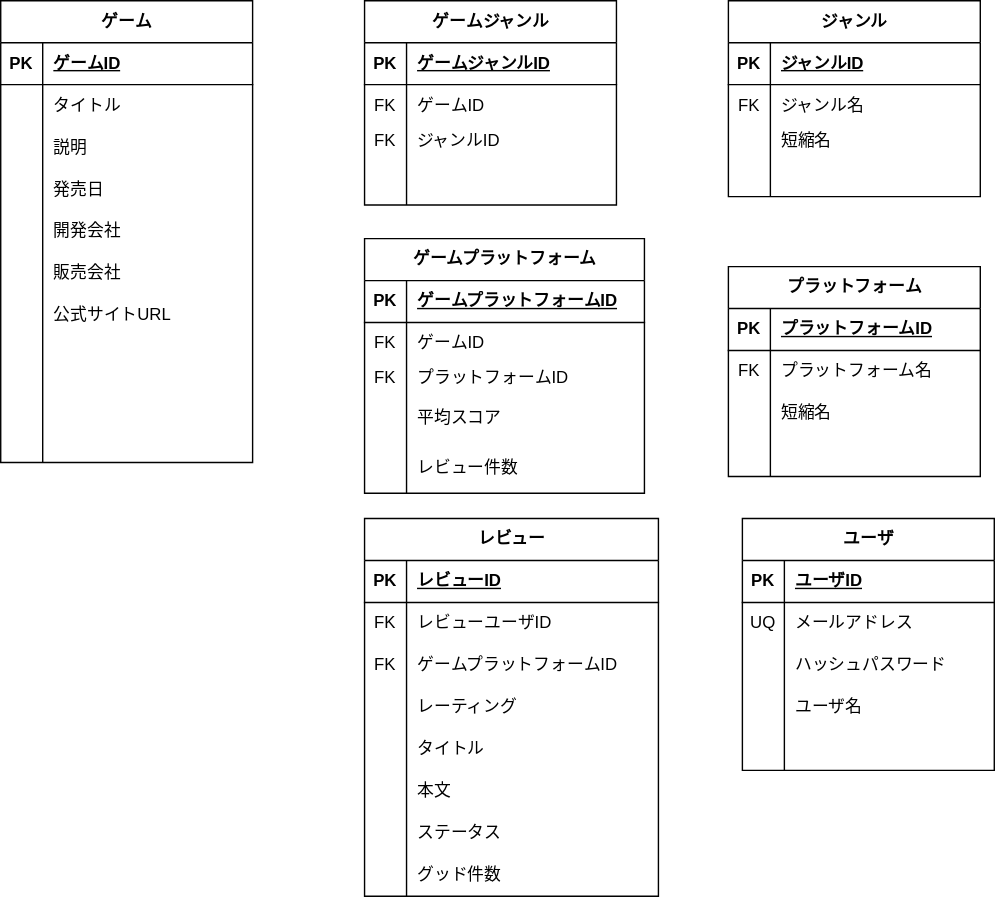
kissy1221/gamemo keeps this draw.io diagram as doc/ER.drawio.svg. Above is the earlier version. Source tidied: cells renumbered, new cells last; positions are measured from the earlier drawing's top-left corner, leaving out a move shared by most shapes.
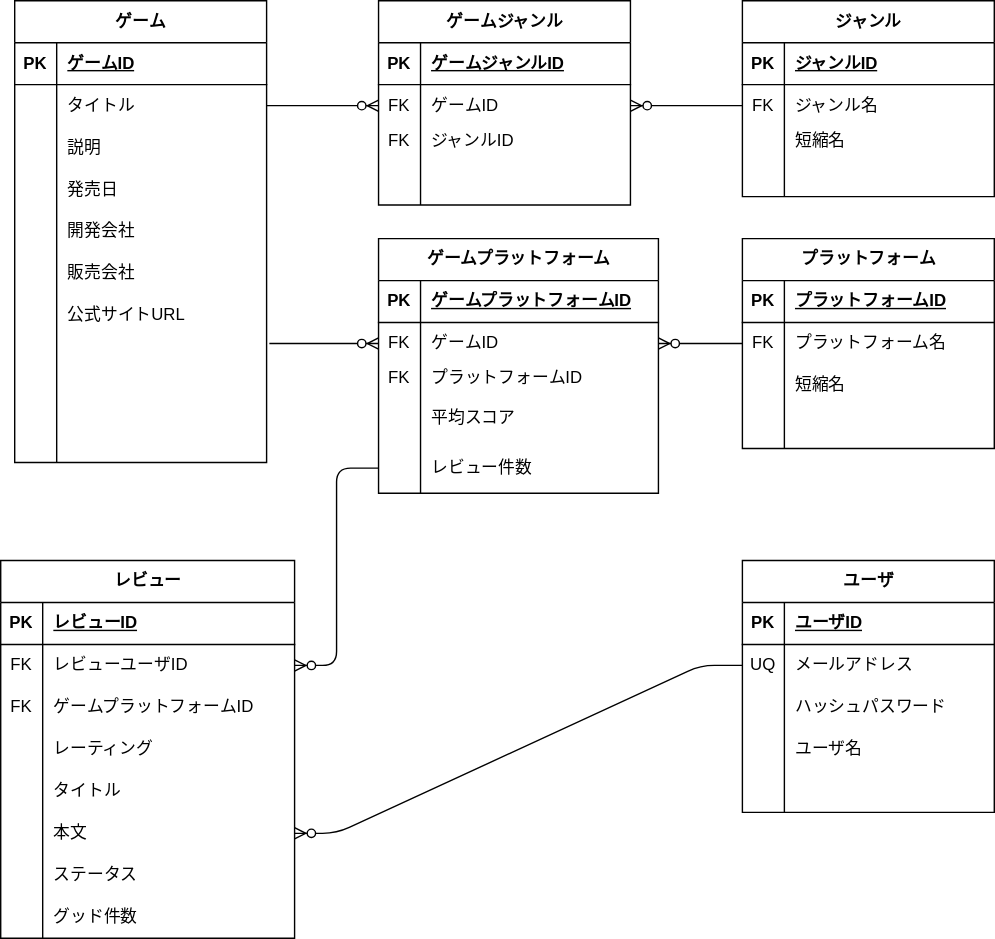
Above is the later version.

Change to the diagram source:
```diff
@@ -3,7 +3,7 @@
     <mxCell id="0" />
     <mxCell id="1" parent="0" />
     <mxCell id="2" value="ユーザ" style="shape=table;startSize=30;rowLines=0;fontStyle=1;align=center;html=1;fillColor=none;" parent="1" vertex="1">
-      <mxGeometry x="530" y="370" width="180" height="180" as="geometry" />
+      <mxGeometry x="520" y="400" width="180" height="180" as="geometry" />
     </mxCell>
     <mxCell id="3" style="shape=tableRow;horizontal=0;startSize=0;swimlaneHead=0;swimlaneBody=0;fillColor=none;top=0;left=0;right=0;bottom=1;" parent="2" vertex="1">
       <mxGeometry y="30" width="180" height="30" as="geometry" />
@@ -144,7 +144,7 @@
       <mxGeometry x="30" width="150" height="30" as="geometry" />
     </mxCell>
     <mxCell id="49" value="レビュー" style="shape=table;startSize=30;rowLines=0;fontStyle=1;align=center;html=1;fillColor=none;" parent="1" vertex="1">
-      <mxGeometry x="260" y="370" width="210" height="270" as="geometry" />
+      <mxGeometry x="-10" y="400" width="210" height="270" as="geometry" />
     </mxCell>
     <mxCell id="50" style="shape=tableRow;horizontal=0;startSize=0;swimlaneHead=0;swimlaneBody=0;fillColor=none;top=0;left=0;right=0;bottom=1;" parent="49" vertex="1">
       <mxGeometry y="30" width="210" height="30" as="geometry" />
@@ -219,7 +219,7 @@
       <mxGeometry x="30" width="180" height="30" as="geometry" />
     </mxCell>
     <mxCell id="74" value="プラットフォーム" style="shape=table;startSize=30;rowLines=0;fontStyle=1;align=center;html=1;fillColor=none;" parent="1" vertex="1">
-      <mxGeometry x="520" y="190" width="180" height="150" as="geometry" />
+      <mxGeometry x="520" y="170" width="180" height="150" as="geometry" />
     </mxCell>
     <mxCell id="75" style="shape=tableRow;horizontal=0;startSize=0;swimlaneHead=0;swimlaneBody=0;fillColor=none;top=0;left=0;right=0;bottom=1;" parent="74" vertex="1">
       <mxGeometry y="30" width="180" height="30" as="geometry" />
@@ -383,5 +383,23 @@
     <mxCell id="128" value="レビュー件数" style="shape=partialRectangle;fillColor=none;top=0;left=0;bottom=0;right=0;align=left;spacingLeft=6;overflow=hidden;whiteSpace=wrap;html=1;" parent="126" vertex="1">
       <mxGeometry x="30" width="170" height="36" as="geometry" />
     </mxCell>
+    <mxCell id="129" style="edgeStyle=entityRelationEdgeStyle;fontSize=12;html=1;endArrow=ERzeroToMany;endFill=1;exitX=1;exitY=0.5;exitDx=0;exitDy=0;entryX=0;entryY=0.5;entryDx=0;entryDy=0;" parent="1" edge="1" source="22" target="104">
+      <mxGeometry relative="1" as="geometry" />
+    </mxCell>
+    <mxCell id="130" style="edgeStyle=entityRelationEdgeStyle;fontSize=12;html=1;endArrow=ERzeroToMany;endFill=1;exitX=0;exitY=0.5;exitDx=0;exitDy=0;entryX=1;entryY=0.5;entryDx=0;entryDy=0;" parent="1" edge="1" source="91" target="104">
+      <mxGeometry relative="1" as="geometry" />
+    </mxCell>
+    <mxCell id="131" style="edgeStyle=entityRelationEdgeStyle;fontSize=12;html=1;endArrow=ERzeroToMany;endFill=1;exitX=0;exitY=0.5;exitDx=0;exitDy=0;" parent="1" edge="1" source="6" target="65">
+      <mxGeometry relative="1" as="geometry" />
+    </mxCell>
+    <mxCell id="132" style="edgeStyle=entityRelationEdgeStyle;fontSize=12;html=1;endArrow=ERzeroToMany;endFill=1;entryX=0;entryY=0.5;entryDx=0;entryDy=0;exitX=1.011;exitY=0.167;exitDx=0;exitDy=0;exitPerimeter=0;" parent="1" edge="1" source="40" target="117">
+      <mxGeometry relative="1" as="geometry" />
+    </mxCell>
+    <mxCell id="133" style="edgeStyle=entityRelationEdgeStyle;fontSize=12;html=1;endArrow=ERzeroToMany;endFill=1;entryX=1;entryY=0.5;entryDx=0;entryDy=0;exitX=0;exitY=0.5;exitDx=0;exitDy=0;" parent="1" edge="1" source="78" target="117">
+      <mxGeometry relative="1" as="geometry" />
+    </mxCell>
+    <mxCell id="134" style="edgeStyle=entityRelationEdgeStyle;fontSize=12;html=1;endArrow=ERzeroToMany;endFill=1;entryX=1;entryY=0.5;entryDx=0;entryDy=0;exitX=0;exitY=0.5;exitDx=0;exitDy=0;" parent="1" edge="1" source="126" target="53">
+      <mxGeometry relative="1" as="geometry" />
+    </mxCell>
   </root>
 </mxGraphModel>
```
